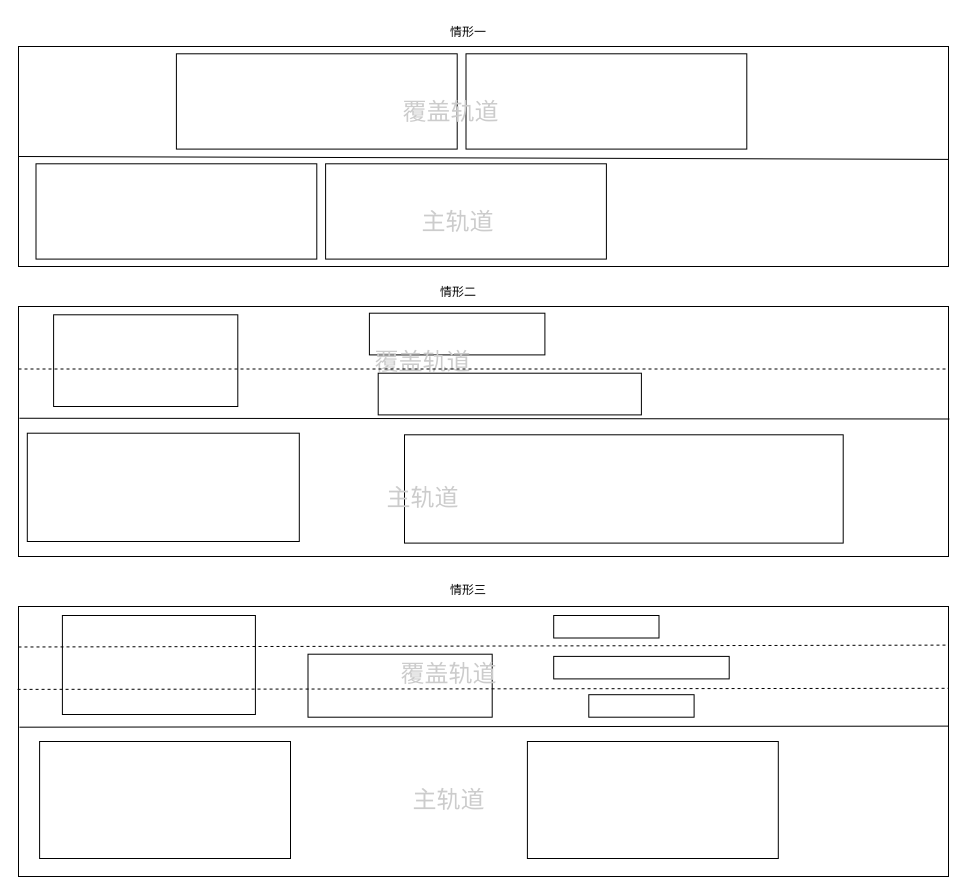
This is page "第 1 页" (1 of 2) of track draft.drawio from macfanr/drawio, a draw.io file, before an edit. Source tidied: cells renumbered, new cells numbered last; positions are measured from the earlier drawing's top-left corner, leaving out a move shared by most shapes. Both pictures are drawn from the tidied source at 100%, with x=0, y=0 at pixel (18, 17).
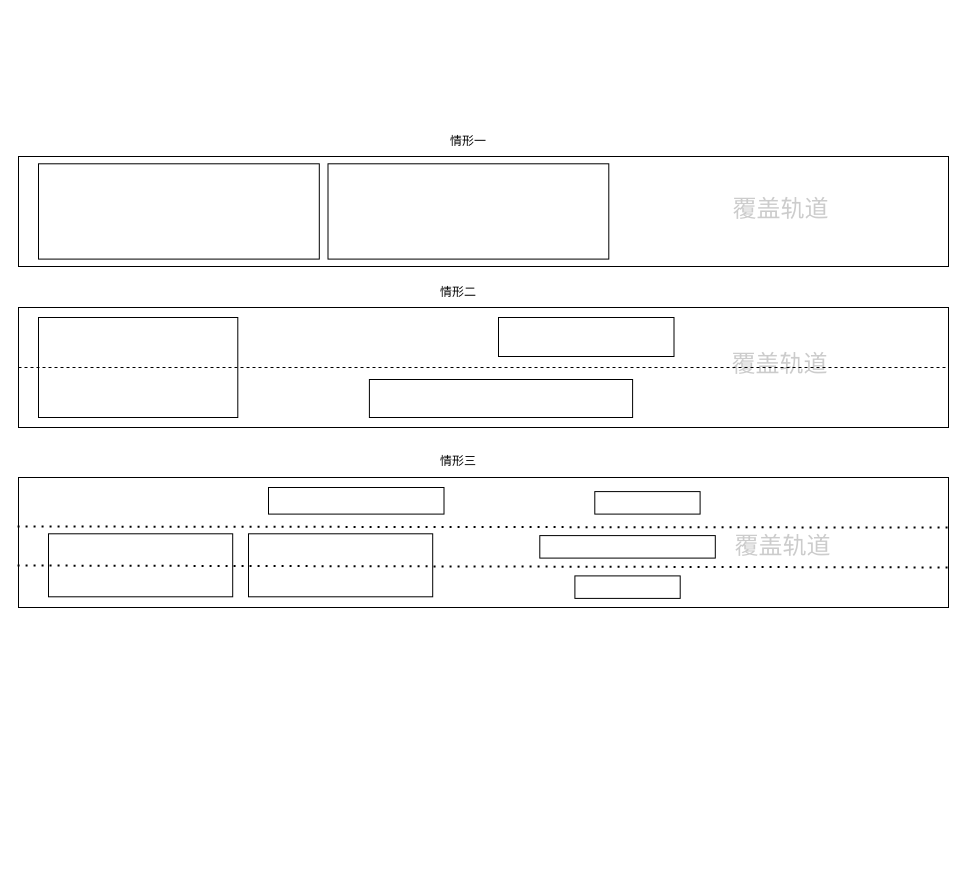
After the change.

What changed in the source:
```diff
@@
     <mxCell id="3" value="情形三" style="text;html=1;strokeColor=none;fillColor=none;align=center;verticalAlign=middle;whiteSpace=wrap;rounded=0;" parent="1" vertex="1">
-      <mxGeometry x="420" y="558" width="60" height="30" as="geometry" />
+      <mxGeometry x="410" y="429" width="60" height="30" as="geometry" />
     </mxCell>
     <mxCell id="4" value="情形一" style="text;html=1;strokeColor=none;fillColor=none;align=center;verticalAlign=middle;whiteSpace=wrap;rounded=0;" parent="1" vertex="1">
-      <mxGeometry x="420" width="60" height="30" as="geometry" />
+      <mxGeometry x="420" y="109" width="60" height="30" as="geometry" />
     </mxCell>
     <mxCell id="5" style="group;" parent="1" vertex="1">
-      <mxGeometry y="289" width="930" height="250" as="geometry" />
+      <mxGeometry y="290" width="930" height="120" as="geometry" />
     </mxCell>
     <mxCell id="6" style="rounded=0;whiteSpace=wrap;html=1;" parent="5" vertex="1">
-      <mxGeometry width="930" height="250" as="geometry" />
+      <mxGeometry width="930" height="120" as="geometry" />
     </mxCell>
     <mxCell id="7" style="rounded=0;whiteSpace=wrap;html=1;" parent="5" vertex="1">
-      <mxGeometry x="35.1" y="8.3" width="184.2" height="91.7" as="geometry" />
+      <mxGeometry x="20" y="10" width="199.3" height="100" as="geometry" />
     </mxCell>
     <mxCell id="8" style="rounded=0;whiteSpace=wrap;html=1;" parent="5" vertex="1">
-      <mxGeometry x="350.9" y="6.7" width="175.5" height="41.7" as="geometry" />
+      <mxGeometry x="480" y="10" width="175.5" height="39" as="geometry" />
     </mxCell>
     <mxCell id="9" style="rounded=0;whiteSpace=wrap;html=1;" parent="5" vertex="1">
-      <mxGeometry x="359.7" y="66.7" width="263.2" height="41.7" as="geometry" />
+      <mxGeometry x="350.9" y="72" width="263.2" height="38" as="geometry" />
     </mxCell>
-    <mxCell id="10" style="rounded=0;whiteSpace=wrap;html=1;" parent="5" vertex="1">
-      <mxGeometry x="8.8" y="126.7" width="272" height="108.3" as="geometry" />
-    </mxCell>
-    <mxCell id="11" style="rounded=0;whiteSpace=wrap;html=1;" parent="5" vertex="1">
-      <mxGeometry x="386" y="128.3" width="438.7" height="108.3" as="geometry" />
-    </mxCell>
-    <mxCell id="12" value="主轨道" style="text;strokeColor=none;fillColor=none;html=1;fontSize=24;fontStyle=0;verticalAlign=middle;align=center;fontColor=#CCCCCC;" parent="5" vertex="1">
-      <mxGeometry x="359.7" y="175" width="87.7" height="33.3" as="geometry" />
-    </mxCell>
     <mxCell id="13" value="覆盖轨道" style="text;strokeColor=none;fillColor=none;html=1;fontSize=24;fontStyle=0;verticalAlign=middle;align=center;fontColor=#CCCCCC;" parent="5" vertex="1">
-      <mxGeometry x="359.7" y="39.2" width="87.7" height="33.3" as="geometry" />
+      <mxGeometry x="716.7" y="48.8" width="87.7" height="16" as="geometry" />
     </mxCell>
-    <mxCell id="14" style="endArrow=none;html=1;rounded=0;exitX=0.001;exitY=0.447;exitDx=0;exitDy=0;exitPerimeter=0;entryX=1.001;entryY=0.45;entryDx=0;entryDy=0;entryPerimeter=0;" parent="5" edge="1" source="6" target="6">
-      <mxGeometry relative="1" as="geometry" />
-    </mxCell>
-    <mxCell id="15" style="endArrow=none;dashed=1;html=1;rounded=0;exitX=0;exitY=0.25;exitDx=0;exitDy=0;entryX=1;entryY=0.25;entryDx=0;entryDy=0;" parent="5" edge="1" source="6" target="6">
-      <mxGeometry relative="1" as="geometry" />
+    <mxCell id="15" style="endArrow=none;dashed=1;html=1;rounded=0;exitX=0;exitY=0.5;exitDx=0;exitDy=0;" parent="5" edge="1" source="6">
+      <mxGeometry relative="1" as="geometry">
+        <mxPoint x="930" y="60" as="targetPoint" />
+      </mxGeometry>
     </mxCell>
-    <mxCell id="16" style="group;" parent="1" vertex="1">
-      <mxGeometry y="589" width="930" height="270" as="geometry" />
-    </mxCell>
-    <mxCell id="17" style="rounded=0;whiteSpace=wrap;html=1;" parent="16" vertex="1">
-      <mxGeometry width="930" height="270" as="geometry" />
-    </mxCell>
-    <mxCell id="18" style="rounded=0;whiteSpace=wrap;html=1;" parent="16" vertex="1">
-      <mxGeometry x="21.1" y="135" width="250.9" height="117" as="geometry" />
-    </mxCell>
-    <mxCell id="19" style="rounded=0;whiteSpace=wrap;html=1;" parent="16" vertex="1">
-      <mxGeometry x="508.9" y="135" width="250.9" height="117" as="geometry" />
-    </mxCell>
-    <mxCell id="20" style="rounded=0;whiteSpace=wrap;html=1;" parent="16" vertex="1">
-      <mxGeometry x="43.9" y="9" width="193" height="99" as="geometry" />
-    </mxCell>
-    <mxCell id="21" style="rounded=0;whiteSpace=wrap;html=1;" parent="16" vertex="1">
-      <mxGeometry x="289.5" y="47.7" width="184.2" height="63" as="geometry" />
-    </mxCell>
-    <mxCell id="22" style="rounded=0;whiteSpace=wrap;html=1;" parent="16" vertex="1">
-      <mxGeometry x="535.2" y="9" width="105.3" height="22.5" as="geometry" />
-    </mxCell>
-    <mxCell id="23" style="rounded=0;whiteSpace=wrap;html=1;" parent="16" vertex="1">
-      <mxGeometry x="535.2" y="49.9" width="175.5" height="22.5" as="geometry" />
-    </mxCell>
-    <mxCell id="24" style="rounded=0;whiteSpace=wrap;html=1;" parent="16" vertex="1">
-      <mxGeometry x="570.3" y="88.2" width="105.3" height="22.5" as="geometry" />
-    </mxCell>
-    <mxCell id="25" value="覆盖轨道" style="text;strokeColor=none;fillColor=none;html=1;fontSize=24;fontStyle=0;verticalAlign=middle;align=center;fontColor=#CCCCCC;" parent="16" vertex="1">
-      <mxGeometry x="386" y="49.5" width="87.7" height="36" as="geometry" />
-    </mxCell>
-    <mxCell id="26" value="主轨道" style="text;strokeColor=none;fillColor=none;html=1;fontSize=24;fontStyle=0;verticalAlign=middle;align=center;fontColor=#CCCCCC;" parent="16" vertex="1">
-      <mxGeometry x="386" y="175.5" width="87.7" height="36" as="geometry" />
-    </mxCell>
-    <mxCell id="27" style="endArrow=none;html=1;rounded=0;exitX=0.001;exitY=0.447;exitDx=0;exitDy=0;exitPerimeter=0;entryX=1;entryY=0.443;entryDx=0;entryDy=0;entryPerimeter=0;" parent="16" edge="1" source="17" target="17">
-      <mxGeometry relative="1" as="geometry" />
-    </mxCell>
-    <mxCell id="28" style="endArrow=none;dashed=1;html=1;rounded=0;exitX=0;exitY=0.15;exitDx=0;exitDy=0;exitPerimeter=0;entryX=1;entryY=0.143;entryDx=0;entryDy=0;entryPerimeter=0;" parent="16" edge="1" source="17" target="17">
-      <mxGeometry relative="1" as="geometry" />
-    </mxCell>
-    <mxCell id="29" style="endArrow=none;dashed=1;html=1;rounded=0;entryX=1;entryY=0.303;entryDx=0;entryDy=0;entryPerimeter=0;exitX=-0.001;exitY=0.307;exitDx=0;exitDy=0;exitPerimeter=0;" parent="16" edge="1" source="17" target="17">
-      <mxGeometry relative="1" as="geometry" />
-    </mxCell>
     <mxCell id="30" style="group;" parent="1" vertex="1">
-      <mxGeometry y="29" width="930" height="220" as="geometry" />
+      <mxGeometry y="139" width="930" height="110" as="geometry" />
     </mxCell>
     <mxCell id="31" style="rounded=0;whiteSpace=wrap;html=1;" parent="30" vertex="1">
-      <mxGeometry width="930" height="220" as="geometry" />
+      <mxGeometry width="930" height="110" as="geometry" />
     </mxCell>
-    <mxCell id="32" style="endArrow=none;html=1;rounded=0;exitX=0;exitY=0.5;exitDx=0;exitDy=0;" parent="30" edge="1" source="31">
-      <mxGeometry relative="1" as="geometry">
-        <mxPoint x="930" y="112.9" as="targetPoint" />
-      </mxGeometry>
-    </mxCell>
-    <mxCell id="33" style="rounded=0;whiteSpace=wrap;html=1;" parent="30" vertex="1">
-      <mxGeometry x="17.5" y="117.3" width="280.8" height="95.3" as="geometry" />
-    </mxCell>
-    <mxCell id="34" style="rounded=0;whiteSpace=wrap;html=1;" parent="30" vertex="1">
-      <mxGeometry x="307.1" y="117.3" width="280.8" height="95.3" as="geometry" />
-    </mxCell>
+    <mxCell id="37" value="覆盖轨道" style="text;strokeColor=none;fillColor=none;html=1;fontSize=24;fontStyle=0;verticalAlign=middle;align=center;fontColor=#CCCCCC;" parent="30" vertex="1">
+      <mxGeometry x="717.8" y="45.7" width="87.7" height="14.7" as="geometry" />
+    </mxCell>
     <mxCell id="35" style="rounded=0;whiteSpace=wrap;html=1;" parent="30" vertex="1">
-      <mxGeometry x="157.9" y="7.3" width="280.8" height="95.3" as="geometry" />
+      <mxGeometry x="20" y="7.3" width="280.8" height="95.3" as="geometry" />
     </mxCell>
     <mxCell id="36" style="rounded=0;whiteSpace=wrap;html=1;" parent="30" vertex="1">
-      <mxGeometry x="447.5" y="7.3" width="280.8" height="95.3" as="geometry" />
+      <mxGeometry x="309.5" y="7.3" width="280.8" height="95.3" as="geometry" />
     </mxCell>
-    <mxCell id="37" value="覆盖轨道" style="text;strokeColor=none;fillColor=none;html=1;fontSize=24;fontStyle=0;verticalAlign=middle;align=center;fontColor=#CCCCCC;" parent="30" vertex="1">
-      <mxGeometry x="387.8" y="51.3" width="87.7" height="29.3" as="geometry" />
-    </mxCell>
-    <mxCell id="38" value="主轨道" style="text;strokeColor=none;fillColor=none;html=1;fontSize=24;fontStyle=0;verticalAlign=middle;align=center;fontColor=#CCCCCC;" parent="30" vertex="1">
-      <mxGeometry x="394.8" y="161.3" width="87.7" height="29.3" as="geometry" />
-    </mxCell>
+    <mxCell id="39" style="group;" parent="1" vertex="1">
+      <mxGeometry y="460" width="930" height="130" as="geometry" />
+    </mxCell>
+    <mxCell id="40" style="rounded=0;whiteSpace=wrap;html=1;" parent="39" vertex="1">
+      <mxGeometry width="930" height="130" as="geometry" />
+    </mxCell>
+    <mxCell id="25" value="覆盖轨道" style="text;strokeColor=none;fillColor=none;html=1;fontSize=24;fontStyle=0;verticalAlign=middle;align=center;fontColor=#CCCCCC;" parent="39" vertex="1">
+      <mxGeometry x="720" y="60.7" width="87.7" height="17.3" as="geometry" />
+    </mxCell>
+    <mxCell id="41" style="rounded=0;whiteSpace=wrap;html=1;" parent="39" vertex="1">
+      <mxGeometry x="30" y="56.3" width="184.2" height="63" as="geometry" />
+    </mxCell>
+    <mxCell id="42" style="rounded=0;whiteSpace=wrap;html=1;" parent="39" vertex="1">
+      <mxGeometry x="576.3" y="14.1" width="105.3" height="22.5" as="geometry" />
+    </mxCell>
+    <mxCell id="43" style="rounded=0;whiteSpace=wrap;html=1;" parent="39" vertex="1">
+      <mxGeometry x="521.3" y="58.1" width="175.5" height="22.5" as="geometry" />
+    </mxCell>
+    <mxCell id="44" style="rounded=0;whiteSpace=wrap;html=1;" parent="39" vertex="1">
+      <mxGeometry x="556.4" y="98.4" width="105.3" height="22.5" as="geometry" />
+    </mxCell>
+    <mxCell id="45" style="endArrow=none;dashed=1;html=1;dashPattern=1 3;strokeWidth=2;rounded=0;exitX=-0.001;exitY=0.377;exitDx=0;exitDy=0;exitPerimeter=0;entryX=1.002;entryY=0.385;entryDx=0;entryDy=0;entryPerimeter=0;" parent="39" edge="1" source="40" target="40">
+      <mxGeometry relative="1" as="geometry" />
+    </mxCell>
+    <mxCell id="46" style="rounded=0;whiteSpace=wrap;html=1;" parent="39" vertex="1">
+      <mxGeometry x="230" y="56.3" width="184.2" height="63" as="geometry" />
+    </mxCell>
+    <mxCell id="47" style="endArrow=none;dashed=1;html=1;dashPattern=1 3;strokeWidth=2;rounded=0;exitX=-0.001;exitY=0.677;exitDx=0;exitDy=0;exitPerimeter=0;entryX=1.002;entryY=0.692;entryDx=0;entryDy=0;entryPerimeter=0;" parent="39" edge="1" source="40" target="40">
+      <mxGeometry relative="1" as="geometry" />
+    </mxCell>
+    <mxCell id="48" style="rounded=0;whiteSpace=wrap;html=1;" parent="39" vertex="1">
+      <mxGeometry x="250" y="10" width="175.5" height="26.6" as="geometry" />
+    </mxCell>
```
